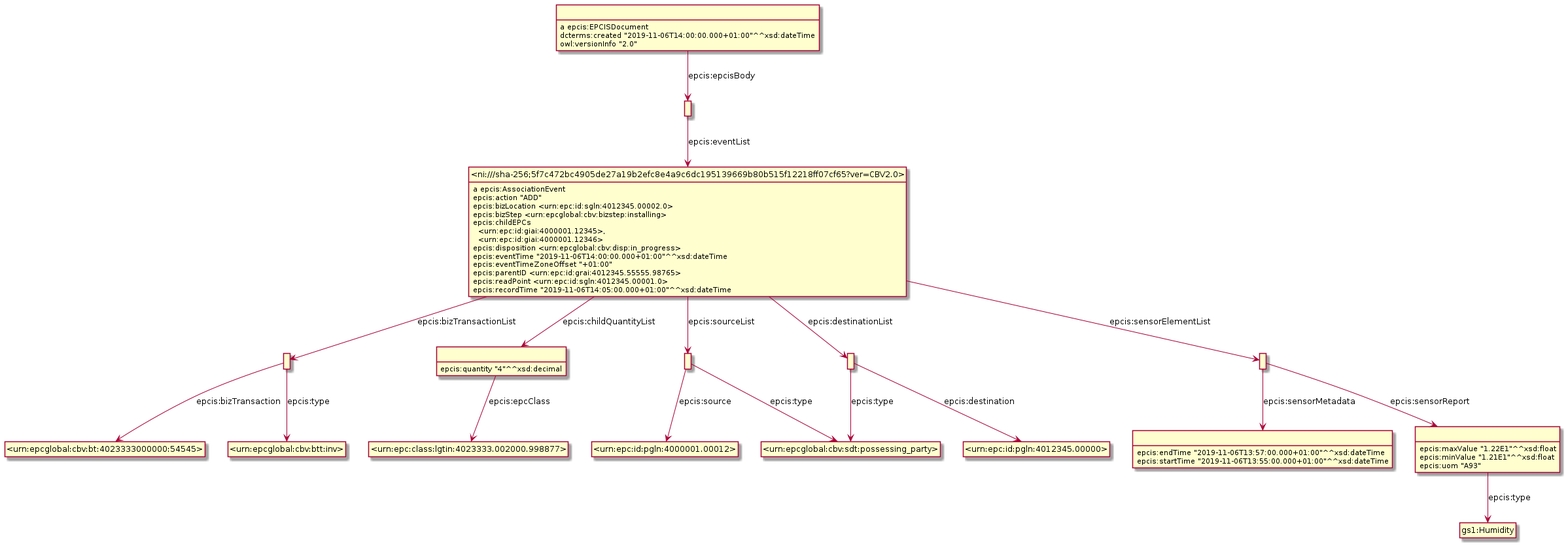
This is Diagrams/AssociationEvent/AssociationEvent-f.png from gs1/EPCIS, a PlantUML export, as it was before one commit.
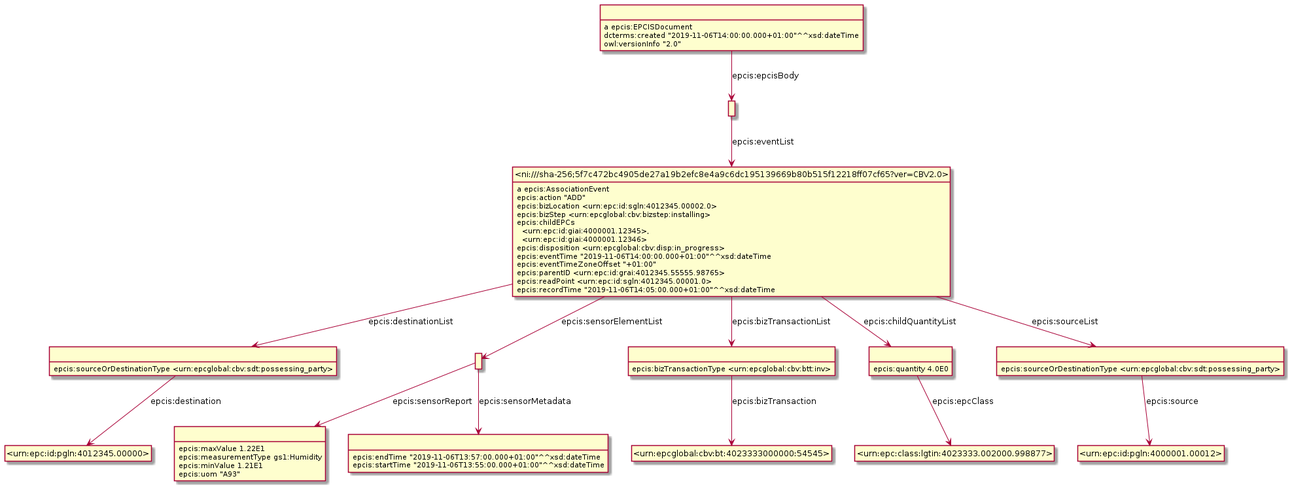
After the change.

The edit, as a diff of the source:
```diff
@@ -3,50 +3,24 @@
 hide empty attributes
 hide circle
 skinparam classAttributeIconSize 0
-class _r1623307981r5_ as " "
-class gs1_Humidity as "gs1:Humidity"
-_r1623307981r5_ -down-> gs1_Humidity : epcis:type
-_r1623307981r5_ : epcis:maxValue "1.22E1"^^xsd:float
-_r1623307981r5_ : epcis:minValue "1.21E1"^^xsd:float
-_r1623307981r5_ : epcis:uom "A93"
-class _r1623307981r0_ as " "
-class _urn_epcglobal_cbv_btt_inv_ as "<urn:epcglobal:cbv:btt:inv>"
-_r1623307981r0_ -down-> _urn_epcglobal_cbv_btt_inv_ : epcis:type
-class _urn_epcglobal_cbv_bt_4023333000000_54545_ as "<urn:epcglobal:cbv:bt:4023333000000:54545>"
-_r1623307981r0_ -down-> _urn_epcglobal_cbv_bt_4023333000000_54545_ : epcis:bizTransaction
-class _r1623307981r1_ as " "
-class _urn_epc_class_lgtin_4023333_002000_998877_ as "<urn:epc:class:lgtin:4023333.002000.998877>"
-_r1623307981r1_ -down-> _urn_epc_class_lgtin_4023333_002000_998877_ : epcis:epcClass
-_r1623307981r1_ : epcis:quantity "4"^^xsd:decimal
-class _r1623307981r6_ as " "
-class _urn_epcglobal_cbv_sdt_possessing_party_ as "<urn:epcglobal:cbv:sdt:possessing_party>"
-_r1623307981r6_ -down-> _urn_epcglobal_cbv_sdt_possessing_party_ : epcis:type
-class _urn_epc_id_pgln_4000001_00012_ as "<urn:epc:id:pgln:4000001.00012>"
-_r1623307981r6_ -down-> _urn_epc_id_pgln_4000001_00012_ : epcis:source
-class _r1623307981r7_ as " "
-_r1623307981r7_ : a epcis:EPCISDocument
-class _r1623307981r8_ as " "
-_r1623307981r7_ -down-> _r1623307981r8_ : epcis:epcisBody
-_r1623307981r7_ : dcterms:created "2019-11-06T14:00:00.000+01:00"^^xsd:dateTime
-_r1623307981r7_ : owl:versionInfo "2.0"
-class _r1623307981r2_ as " "
-class _urn_epc_id_pgln_4012345_00000_ as "<urn:epc:id:pgln:4012345.00000>"
-_r1623307981r2_ -down-> _urn_epc_id_pgln_4012345_00000_ : epcis:destination
-_r1623307981r2_ -down-> _urn_epcglobal_cbv_sdt_possessing_party_ : epcis:type
-class _r1623307981r4_ as " "
-_r1623307981r4_ : epcis:endTime "2019-11-06T13:57:00.000+01:00"^^xsd:dateTime
-_r1623307981r4_ : epcis:startTime "2019-11-06T13:55:00.000+01:00"^^xsd:dateTime
+class _r1623934124r7_ as " "
+_r1623934124r7_ : a epcis:EPCISDocument
+class _r1623934124r8_ as " "
+_r1623934124r7_ -down-> _r1623934124r8_ : epcis:epcisBody
+_r1623934124r7_ : dcterms:created "2019-11-06T14:00:00.000+01:00"^^xsd:dateTime
+_r1623934124r7_ : owl:versionInfo "2.0"
 class _ni_sha_256_5f7c472bc4905de27a19b2efc8e4a9c6dc195139669b80b515f12218ff07cf65_ver_CBV2_0_ as "<ni:///sha-256;5f7c472bc4905de27a19b2efc8e4a9c6dc195139669b80b515f12218ff07cf65?ver=CBV2.0>"
-_r1623307981r8_ -down-> _ni_sha_256_5f7c472bc4905de27a19b2efc8e4a9c6dc195139669b80b515f12218ff07cf65_ver_CBV2_0_ : epcis:eventList
-class _r1623307981r3_ as " "
-_r1623307981r3_ -down-> _r1623307981r5_ : epcis:sensorReport
-_r1623307981r3_ -down-> _r1623307981r4_ : epcis:sensorMetadata
 _ni_sha_256_5f7c472bc4905de27a19b2efc8e4a9c6dc195139669b80b515f12218ff07cf65_ver_CBV2_0_ : a epcis:AssociationEvent
-_ni_sha_256_5f7c472bc4905de27a19b2efc8e4a9c6dc195139669b80b515f12218ff07cf65_ver_CBV2_0_ -down-> _r1623307981r3_ : epcis:sensorElementList
-_ni_sha_256_5f7c472bc4905de27a19b2efc8e4a9c6dc195139669b80b515f12218ff07cf65_ver_CBV2_0_ -down-> _r1623307981r0_ : epcis:bizTransactionList
-_ni_sha_256_5f7c472bc4905de27a19b2efc8e4a9c6dc195139669b80b515f12218ff07cf65_ver_CBV2_0_ -down-> _r1623307981r6_ : epcis:sourceList
-_ni_sha_256_5f7c472bc4905de27a19b2efc8e4a9c6dc195139669b80b515f12218ff07cf65_ver_CBV2_0_ -down-> _r1623307981r1_ : epcis:childQuantityList
-_ni_sha_256_5f7c472bc4905de27a19b2efc8e4a9c6dc195139669b80b515f12218ff07cf65_ver_CBV2_0_ -down-> _r1623307981r2_ : epcis:destinationList
+class _r1623934124r2_ as " "
+_ni_sha_256_5f7c472bc4905de27a19b2efc8e4a9c6dc195139669b80b515f12218ff07cf65_ver_CBV2_0_ -down-> _r1623934124r2_ : epcis:destinationList
+class _r1623934124r3_ as " "
+_ni_sha_256_5f7c472bc4905de27a19b2efc8e4a9c6dc195139669b80b515f12218ff07cf65_ver_CBV2_0_ -down-> _r1623934124r3_ : epcis:sensorElementList
+class _r1623934124r0_ as " "
+_ni_sha_256_5f7c472bc4905de27a19b2efc8e4a9c6dc195139669b80b515f12218ff07cf65_ver_CBV2_0_ -down-> _r1623934124r0_ : epcis:bizTransactionList
+class _r1623934124r1_ as " "
+_ni_sha_256_5f7c472bc4905de27a19b2efc8e4a9c6dc195139669b80b515f12218ff07cf65_ver_CBV2_0_ -down-> _r1623934124r1_ : epcis:childQuantityList
+class _r1623934124r6_ as " "
+_ni_sha_256_5f7c472bc4905de27a19b2efc8e4a9c6dc195139669b80b515f12218ff07cf65_ver_CBV2_0_ -down-> _r1623934124r6_ : epcis:sourceList
 _ni_sha_256_5f7c472bc4905de27a19b2efc8e4a9c6dc195139669b80b515f12218ff07cf65_ver_CBV2_0_ : epcis:action "ADD"
 _ni_sha_256_5f7c472bc4905de27a19b2efc8e4a9c6dc195139669b80b515f12218ff07cf65_ver_CBV2_0_ : epcis:bizLocation <urn:epc:id:sgln:4012345.00002.0>
 _ni_sha_256_5f7c472bc4905de27a19b2efc8e4a9c6dc195139669b80b515f12218ff07cf65_ver_CBV2_0_ : epcis:bizStep <urn:epcglobal:cbv:bizstep:installing>
@@ -57,4 +31,27 @@
 _ni_sha_256_5f7c472bc4905de27a19b2efc8e4a9c6dc195139669b80b515f12218ff07cf65_ver_CBV2_0_ : epcis:parentID <urn:epc:id:grai:4012345.55555.98765>
 _ni_sha_256_5f7c472bc4905de27a19b2efc8e4a9c6dc195139669b80b515f12218ff07cf65_ver_CBV2_0_ : epcis:readPoint <urn:epc:id:sgln:4012345.00001.0>
 _ni_sha_256_5f7c472bc4905de27a19b2efc8e4a9c6dc195139669b80b515f12218ff07cf65_ver_CBV2_0_ : epcis:recordTime "2019-11-06T14:05:00.000+01:00"^^xsd:dateTime
+class _urn_epc_class_lgtin_4023333_002000_998877_ as "<urn:epc:class:lgtin:4023333.002000.998877>"
+_r1623934124r1_ -down-> _urn_epc_class_lgtin_4023333_002000_998877_ : epcis:epcClass
+_r1623934124r1_ : epcis:quantity 4.0E0
+class _r1623934124r5_ as " "
+_r1623934124r3_ -down-> _r1623934124r5_ : epcis:sensorReport
+class _r1623934124r4_ as " "
+_r1623934124r3_ -down-> _r1623934124r4_ : epcis:sensorMetadata
+_r1623934124r5_ : epcis:maxValue 1.22E1
+_r1623934124r5_ : epcis:measurementType gs1:Humidity
+_r1623934124r5_ : epcis:minValue 1.21E1
+_r1623934124r5_ : epcis:uom "A93"
+_r1623934124r8_ -down-> _ni_sha_256_5f7c472bc4905de27a19b2efc8e4a9c6dc195139669b80b515f12218ff07cf65_ver_CBV2_0_ : epcis:eventList
+class _urn_epc_id_pgln_4012345_00000_ as "<urn:epc:id:pgln:4012345.00000>"
+_r1623934124r2_ -down-> _urn_epc_id_pgln_4012345_00000_ : epcis:destination
+_r1623934124r2_ : epcis:sourceOrDestinationType <urn:epcglobal:cbv:sdt:possessing_party>
+class _urn_epc_id_pgln_4000001_00012_ as "<urn:epc:id:pgln:4000001.00012>"
+_r1623934124r6_ -down-> _urn_epc_id_pgln_4000001_00012_ : epcis:source
+_r1623934124r6_ : epcis:sourceOrDestinationType <urn:epcglobal:cbv:sdt:possessing_party>
+_r1623934124r4_ : epcis:endTime "2019-11-06T13:57:00.000+01:00"^^xsd:dateTime
+_r1623934124r4_ : epcis:startTime "2019-11-06T13:55:00.000+01:00"^^xsd:dateTime
+class _urn_epcglobal_cbv_bt_4023333000000_54545_ as "<urn:epcglobal:cbv:bt:4023333000000:54545>"
+_r1623934124r0_ -down-> _urn_epcglobal_cbv_bt_4023333000000_54545_ : epcis:bizTransaction
+_r1623934124r0_ : epcis:bizTransactionType <urn:epcglobal:cbv:btt:inv>
 @enduml
```
